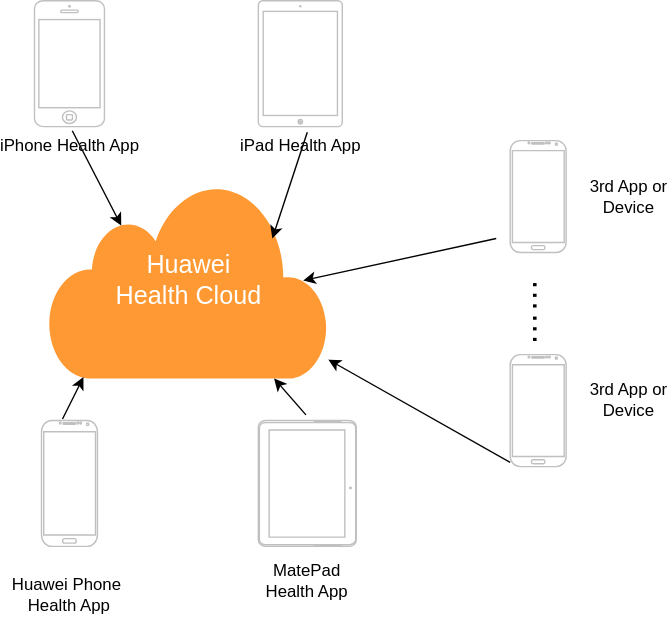
The draw.io diagram 运动健康云0层架构.drawio.svg in HuaHero/JavaGuide, before a commit. Source tidied: cells renumbered, new cells last; positions are measured from the earlier drawing's top-left corner, leaving out a move shared by most shapes.
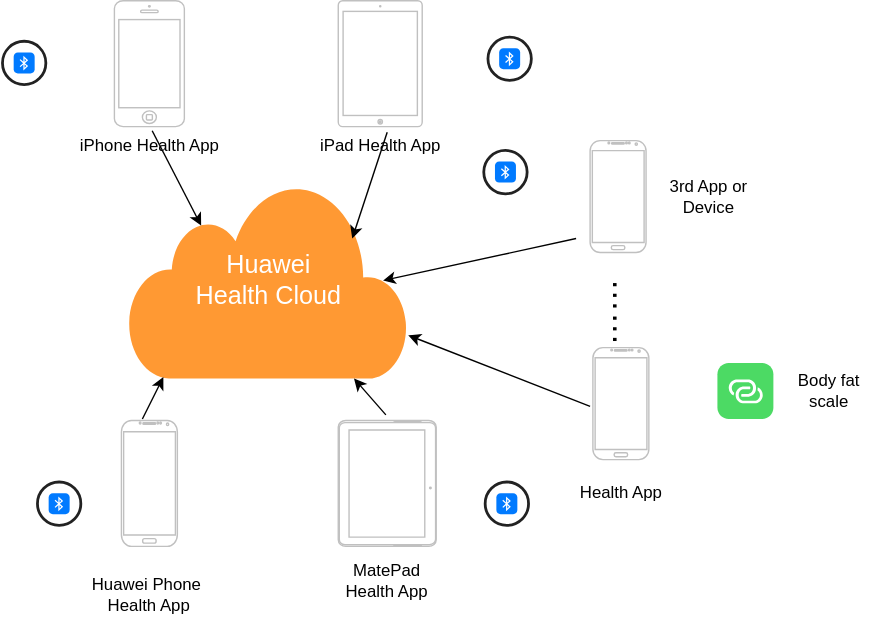
The same diagram one commit later.

Commit message:
更新运动健康云0层架构.drawio.svg

Diff of the diagram source:
```diff
@@ -46,22 +46,60 @@
     <mxCell id="14" value="&lt;font style=&quot;font-size: 24px;&quot;&gt;……&lt;/font&gt;" style="text;html=1;strokeColor=none;fillColor=none;align=center;verticalAlign=middle;whiteSpace=wrap;rounded=0;rotation=90;" parent="1" vertex="1">
       <mxGeometry x="355" y="208" width="60" height="30" as="geometry" />
     </mxCell>
-    <mxCell id="15" style="verticalLabelPosition=bottom;verticalAlign=top;html=1;shadow=0;dashed=0;strokeWidth=1;shape=mxgraph.android.phone2;strokeColor=#c0c0c0;" parent="1" vertex="1">
-      <mxGeometry x="360" y="253" width="40" height="80" as="geometry" />
-    </mxCell>
-    <mxCell id="16" style="endArrow=classic;html=1;rounded=0;exitX=0;exitY=0.963;exitDx=0;exitDy=0;exitPerimeter=0;" parent="1" edge="1" source="15" target="8">
-      <mxGeometry relative="1" as="geometry" />
+    <mxCell id="16" style="endArrow=classic;html=1;rounded=0;" parent="1" edge="1" target="8">
+      <mxGeometry relative="1" as="geometry">
+        <mxPoint x="360" y="290" as="sourcePoint" />
+      </mxGeometry>
     </mxCell>
     <mxCell id="17" value="3rd App or Device" style="text;html=1;strokeColor=none;fillColor=none;align=center;verticalAlign=middle;whiteSpace=wrap;rounded=0;" parent="1" vertex="1">
       <mxGeometry x="415" y="125" width="60" height="30" as="geometry" />
     </mxCell>
-    <mxCell id="18" value="3rd App or Device" style="text;html=1;strokeColor=none;fillColor=none;align=center;verticalAlign=middle;whiteSpace=wrap;rounded=0;" parent="1" vertex="1">
-      <mxGeometry x="415" y="270" width="60" height="30" as="geometry" />
+    <mxCell id="18" value="Body fat scale" style="text;html=1;strokeColor=none;fillColor=none;align=center;verticalAlign=middle;whiteSpace=wrap;rounded=0;" parent="1" vertex="1">
+      <mxGeometry x="501" y="264" width="60" height="30" as="geometry" />
     </mxCell>
     <mxCell id="19" style="endArrow=classic;html=1;rounded=0;exitX=0.583;exitY=1.044;exitDx=0;exitDy=0;exitPerimeter=0;" parent="1" edge="1" source="3">
       <mxGeometry relative="1" as="geometry">
         <mxPoint x="190" y="170" as="targetPoint" />
       </mxGeometry>
     </mxCell>
+    <mxCell id="20" style="html=1;verticalLabelPosition=bottom;labelBackgroundColor=#ffffff;verticalAlign=top;shadow=0;dashed=0;strokeWidth=2;shape=mxgraph.ios7.misc.circle;strokeColor=#222222;fillColor=none;" parent="1" vertex="1">
+      <mxGeometry x="-60" y="29" width="31" height="31" as="geometry" />
+    </mxCell>
+    <mxCell id="21" style="html=1;strokeWidth=1;shadow=0;dashed=0;shape=mxgraph.ios7.misc.bluetooth;fillColor=#007AFF;strokeColor=none;buttonText=;strokeColor2=#222222;fontColor=#222222;fontSize=8;verticalLabelPosition=bottom;verticalAlign=top;align=center;sketch=0;" parent="1" vertex="1">
+      <mxGeometry x="-52" y="37" width="15" height="15" as="geometry" />
+    </mxCell>
+    <mxCell id="22" style="html=1;verticalLabelPosition=bottom;labelBackgroundColor=#ffffff;verticalAlign=top;shadow=0;dashed=0;strokeWidth=2;shape=mxgraph.ios7.misc.circle;strokeColor=#222222;fillColor=none;" parent="1" vertex="1">
+      <mxGeometry x="287" y="26" width="31" height="31" as="geometry" />
+    </mxCell>
+    <mxCell id="23" style="html=1;strokeWidth=1;shadow=0;dashed=0;shape=mxgraph.ios7.misc.bluetooth;fillColor=#007AFF;strokeColor=none;buttonText=;strokeColor2=#222222;fontColor=#222222;fontSize=8;verticalLabelPosition=bottom;verticalAlign=top;align=center;sketch=0;" parent="1" vertex="1">
+      <mxGeometry x="295" y="34" width="15" height="15" as="geometry" />
+    </mxCell>
+    <mxCell id="24" style="html=1;verticalLabelPosition=bottom;labelBackgroundColor=#ffffff;verticalAlign=top;shadow=0;dashed=0;strokeWidth=2;shape=mxgraph.ios7.misc.circle;strokeColor=#222222;fillColor=none;" parent="1" vertex="1">
+      <mxGeometry x="284" y="107" width="31" height="31" as="geometry" />
+    </mxCell>
+    <mxCell id="25" style="html=1;strokeWidth=1;shadow=0;dashed=0;shape=mxgraph.ios7.misc.bluetooth;fillColor=#007AFF;strokeColor=none;buttonText=;strokeColor2=#222222;fontColor=#222222;fontSize=8;verticalLabelPosition=bottom;verticalAlign=top;align=center;sketch=0;" parent="1" vertex="1">
+      <mxGeometry x="292" y="115" width="15" height="15" as="geometry" />
+    </mxCell>
+    <mxCell id="26" style="html=1;verticalLabelPosition=bottom;labelBackgroundColor=#ffffff;verticalAlign=top;shadow=0;dashed=0;strokeWidth=2;shape=mxgraph.ios7.misc.circle;strokeColor=#222222;fillColor=none;" parent="1" vertex="1">
+      <mxGeometry x="285" y="344" width="31" height="31" as="geometry" />
+    </mxCell>
+    <mxCell id="27" style="html=1;strokeWidth=1;shadow=0;dashed=0;shape=mxgraph.ios7.misc.bluetooth;fillColor=#007AFF;strokeColor=none;buttonText=;strokeColor2=#222222;fontColor=#222222;fontSize=8;verticalLabelPosition=bottom;verticalAlign=top;align=center;sketch=0;" parent="1" vertex="1">
+      <mxGeometry x="293" y="352" width="15" height="15" as="geometry" />
+    </mxCell>
+    <mxCell id="28" style="html=1;verticalLabelPosition=bottom;labelBackgroundColor=#ffffff;verticalAlign=top;shadow=0;dashed=0;strokeWidth=2;shape=mxgraph.ios7.misc.circle;strokeColor=#222222;fillColor=none;" parent="1" vertex="1">
+      <mxGeometry x="-35" y="344" width="31" height="31" as="geometry" />
+    </mxCell>
+    <mxCell id="29" style="html=1;strokeWidth=1;shadow=0;dashed=0;shape=mxgraph.ios7.misc.bluetooth;fillColor=#007AFF;strokeColor=none;buttonText=;strokeColor2=#222222;fontColor=#222222;fontSize=8;verticalLabelPosition=bottom;verticalAlign=top;align=center;sketch=0;" parent="1" vertex="1">
+      <mxGeometry x="-27" y="352" width="15" height="15" as="geometry" />
+    </mxCell>
+    <mxCell id="30" style="html=1;strokeWidth=1;shadow=0;dashed=0;shape=mxgraph.ios7.misc.link;fillColor=#4CDA64;strokeColor=none;buttonText=;strokeColor2=#222222;fontColor=#222222;fontSize=8;verticalLabelPosition=bottom;verticalAlign=top;align=center;sketch=0;" parent="1" vertex="1">
+      <mxGeometry x="451" y="259" width="40" height="40" as="geometry" />
+    </mxCell>
+    <mxCell id="31" style="verticalLabelPosition=bottom;verticalAlign=top;html=1;shadow=0;dashed=0;strokeWidth=1;shape=mxgraph.android.phone2;strokeColor=#c0c0c0;" parent="1" vertex="1">
+      <mxGeometry x="362" y="248" width="40" height="80" as="geometry" />
+    </mxCell>
+    <mxCell id="32" value="Health App" style="text;html=1;strokeColor=none;fillColor=none;align=center;verticalAlign=middle;whiteSpace=wrap;rounded=0;" parent="1" vertex="1">
+      <mxGeometry x="350" y="337" width="65" height="30" as="geometry" />
+    </mxCell>
   </root>
 </mxGraphModel>
```
